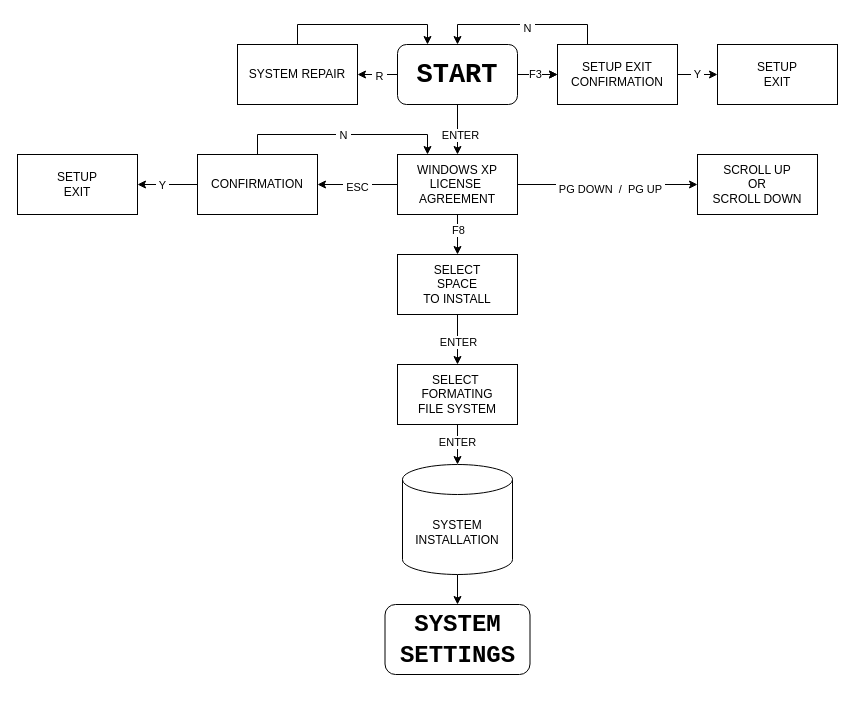
Earlier version of the draw.io diagram Untitled Diagram.drawio (EzZy001/diagrams). Source tidied: cells renumbered, new cells numbered last; positions are measured from the earlier drawing's top-left corner, leaving out a move shared by most shapes. Both pictures are drawn from the tidied source at 100%, with x=0, y=0 at pixel (17, 44).
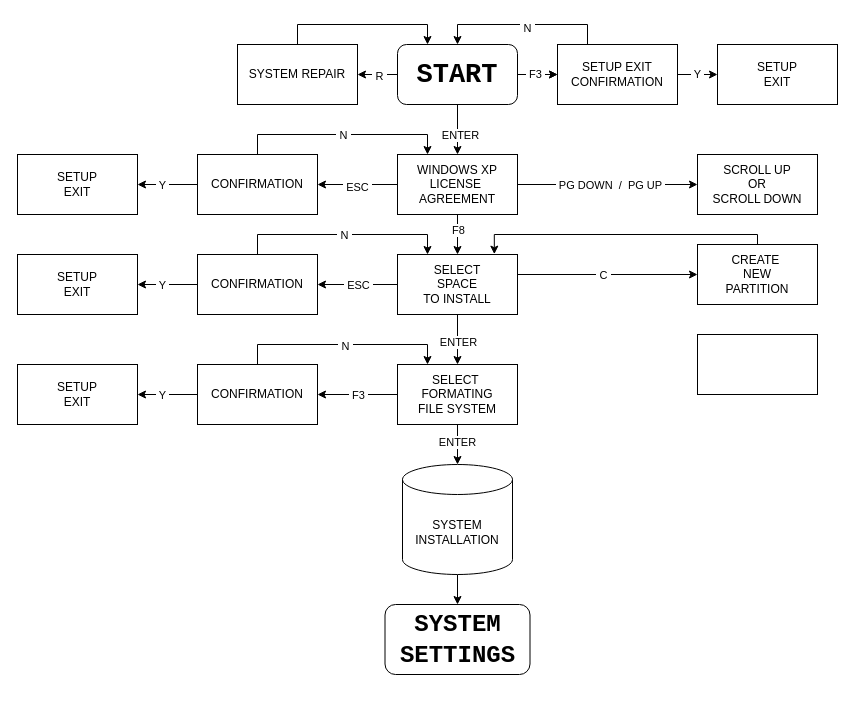
Above is the later version.

The change refers to these unchanged cells:
```xml
<mxCell id="5" style="edgeStyle=orthogonalEdgeStyle;rounded=0;jettySize=auto;html=1;" parent="1" edge="1" source="9" target="20">
  <mxGeometry relative="1" as="geometry" />
</mxCell>
<mxCell id="14" style="edgeStyle=orthogonalEdgeStyle;rounded=0;jettySize=auto;html=1;exitX=1;exitY=0.5;exitDx=0;exitDy=0;entryX=0;entryY=0.5;entryDx=0;entryDy=0;" parent="1" edge="1" source="16" target="39">
  <mxGeometry relative="1" as="geometry" />
</mxCell>
<mxCell id="26" value="SELECT&lt;br&gt;SPACE&lt;br&gt;TO INSTALL" style="rounded=0;whiteSpace=wrap;html=1;" parent="1" vertex="1">
  <mxGeometry x="380" y="210" width="120" height="60" as="geometry" />
</mxCell>
<mxCell id="27" value="SELECT&amp;nbsp;&lt;br&gt;FORMATING&lt;br&gt;FILE SYSTEM" style="rounded=0;whiteSpace=wrap;html=1;" parent="1" vertex="1">
  <mxGeometry x="380" y="320" width="120" height="60" as="geometry" />
</mxCell>
```

Diff of the diagram source:
```diff
@@
-    <mxCell id="6" value="F3" style="edgeLabel;html=1;align=center;verticalAlign=middle;" parent="5" vertex="1">
+    <mxCell id="6" value="&amp;nbsp;F3&amp;nbsp;" style="edgeLabel;html=1;align=center;verticalAlign=middle;" parent="5" vertex="1">
       <mxGeometry x="-0.06" y="1" relative="1" as="geometry">
         <mxPoint x="-2" as="offset" />
       </mxGeometry>
     </mxCell>
@@
     <mxCell id="15" value="&amp;nbsp;PG DOWN&amp;nbsp; /&amp;nbsp; PG UP&amp;nbsp;" style="edgeLabel;html=1;align=center;verticalAlign=middle;" parent="14" vertex="1">
-      <mxGeometry x="0.02" y="-4" relative="1" as="geometry" />
+      <mxGeometry x="0.02" y="-4" relative="1" as="geometry">
+        <mxPoint y="-4" as="offset" />
+      </mxGeometry>
     </mxCell>
@@
+    <mxCell id="40" style="edgeStyle=orthogonalEdgeStyle;rounded=0;jettySize=auto;html=1;exitX=0;exitY=0.5;exitDx=0;exitDy=0;entryX=1;entryY=0.5;entryDx=0;entryDy=0;" parent="1" edge="1" source="26" target="49">
+      <mxGeometry relative="1" as="geometry" />
+    </mxCell>
+    <mxCell id="41" value="&amp;nbsp;ESC&amp;nbsp;" style="edgeLabel;html=1;align=center;verticalAlign=middle;" parent="40" vertex="1">
+      <mxGeometry x="0.03" y="-1" relative="1" as="geometry">
+        <mxPoint x="1" y="1" as="offset" />
+      </mxGeometry>
+    </mxCell>
+    <mxCell id="42" style="edgeStyle=orthogonalEdgeStyle;rounded=0;jettySize=auto;html=1;exitX=1;exitY=0.25;exitDx=0;exitDy=0;" parent="1" edge="1" source="26" target="51">
+      <mxGeometry relative="1" as="geometry">
+        <Array as="points">
+          <mxPoint x="500" y="230" />
+        </Array>
+      </mxGeometry>
+    </mxCell>
+    <mxCell id="43" value="&amp;nbsp;C&amp;nbsp;" style="edgeLabel;html=1;align=center;verticalAlign=middle;" parent="42" vertex="1">
+      <mxGeometry x="-0.03" y="-2" relative="1" as="geometry">
+        <mxPoint y="-2" as="offset" />
+      </mxGeometry>
+    </mxCell>
@@
+    <mxCell id="44" style="edgeStyle=orthogonalEdgeStyle;rounded=0;jettySize=auto;html=1;exitX=0;exitY=0.5;exitDx=0;exitDy=0;entryX=1;entryY=0.5;entryDx=0;entryDy=0;" parent="1" edge="1" source="27" target="59">
+      <mxGeometry relative="1" as="geometry" />
+    </mxCell>
@@
+    <mxCell id="45" style="edgeStyle=orthogonalEdgeStyle;rounded=0;jettySize=auto;html=1;exitX=0;exitY=0.5;exitDx=0;exitDy=0;entryX=1;entryY=0.5;entryDx=0;entryDy=0;" parent="1" edge="1" source="49" target="50">
+      <mxGeometry relative="1" as="geometry" />
+    </mxCell>
+    <mxCell id="46" value="&amp;nbsp;Y&amp;nbsp;" style="edgeLabel;html=1;align=center;verticalAlign=middle;" parent="45" vertex="1">
+      <mxGeometry x="-0.24" y="-2" relative="1" as="geometry">
+        <mxPoint x="-13" y="2" as="offset" />
+      </mxGeometry>
+    </mxCell>
+    <mxCell id="47" style="edgeStyle=orthogonalEdgeStyle;rounded=0;jettySize=auto;html=1;exitX=0.5;exitY=0;exitDx=0;exitDy=0;entryX=0.25;entryY=0;entryDx=0;entryDy=0;" parent="1" edge="1" source="49" target="26">
+      <mxGeometry relative="1" as="geometry" />
+    </mxCell>
+    <mxCell id="48" value="&amp;nbsp;N&amp;nbsp;" style="edgeLabel;html=1;align=center;verticalAlign=middle;" parent="47" vertex="1">
+      <mxGeometry x="0.01" y="-4" relative="1" as="geometry">
+        <mxPoint y="-4" as="offset" />
+      </mxGeometry>
+    </mxCell>
+    <mxCell id="49" value="CONFIRMATION" style="rounded=0;whiteSpace=wrap;html=1;" parent="1" vertex="1">
+      <mxGeometry x="180" y="210" width="120" height="60" as="geometry" />
+    </mxCell>
+    <mxCell id="50" value="SETUP&lt;br&gt;EXIT" style="rounded=0;whiteSpace=wrap;html=1;" parent="1" vertex="1">
+      <mxGeometry y="210" width="120" height="60" as="geometry" />
+    </mxCell>
+    <mxCell id="51" value="CREATE&amp;nbsp;&lt;br&gt;NEW&lt;br&gt;PARTITION" style="rounded=0;whiteSpace=wrap;html=1;" parent="1" vertex="1">
+      <mxGeometry x="680" y="200" width="120" height="60" as="geometry" />
+    </mxCell>
+    <mxCell id="52" style="edgeStyle=orthogonalEdgeStyle;rounded=0;jettySize=auto;html=1;exitX=0.5;exitY=0;exitDx=0;exitDy=0;entryX=0.807;entryY=-0.006;entryDx=0;entryDy=0;entryPerimeter=0;" parent="1" edge="1" source="51" target="26">
+      <mxGeometry relative="1" as="geometry">
+        <Array as="points">
+          <mxPoint x="740" y="190" />
+          <mxPoint x="477" y="190" />
+        </Array>
+      </mxGeometry>
+    </mxCell>
+    <mxCell id="53" style="rounded=0;whiteSpace=wrap;html=1;" parent="1" vertex="1">
+      <mxGeometry x="680" y="290" width="120" height="60" as="geometry" />
+    </mxCell>
+    <mxCell id="54" value="&amp;nbsp;F3&amp;nbsp;" style="edgeLabel;html=1;align=center;verticalAlign=middle;" parent="1" vertex="1">
+      <mxGeometry x="340" y="350" as="geometry" />
+    </mxCell>
+    <mxCell id="55" style="edgeStyle=orthogonalEdgeStyle;rounded=0;jettySize=auto;html=1;exitX=0;exitY=0.5;exitDx=0;exitDy=0;entryX=1;entryY=0.5;entryDx=0;entryDy=0;" parent="1" edge="1" source="59" target="60">
+      <mxGeometry relative="1" as="geometry" />
+    </mxCell>
+    <mxCell id="56" value="&amp;nbsp;Y&amp;nbsp;" style="edgeLabel;html=1;align=center;verticalAlign=middle;" parent="55" vertex="1">
+      <mxGeometry x="-0.24" y="-2" relative="1" as="geometry">
+        <mxPoint x="-13" y="2" as="offset" />
+      </mxGeometry>
+    </mxCell>
+    <mxCell id="57" style="edgeStyle=orthogonalEdgeStyle;rounded=0;jettySize=auto;html=1;exitX=0.5;exitY=0;exitDx=0;exitDy=0;entryX=0.25;entryY=0;entryDx=0;entryDy=0;" parent="1" edge="1" source="59" target="27">
+      <mxGeometry relative="1" as="geometry" />
+    </mxCell>
+    <mxCell id="58" value="&amp;nbsp;N&amp;nbsp;" style="edgeLabel;html=1;align=center;verticalAlign=middle;" parent="57" vertex="1">
+      <mxGeometry x="0.02" y="-1" relative="1" as="geometry" />
+    </mxCell>
+    <mxCell id="59" value="CONFIRMATION" style="rounded=0;whiteSpace=wrap;html=1;" parent="1" vertex="1">
+      <mxGeometry x="180" y="320" width="120" height="60" as="geometry" />
+    </mxCell>
+    <mxCell id="60" value="SETUP&lt;br&gt;EXIT" style="rounded=0;whiteSpace=wrap;html=1;" parent="1" vertex="1">
+      <mxGeometry y="320" width="120" height="60" as="geometry" />
+    </mxCell>
```
